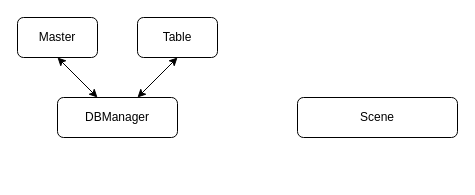
Earlier version of the draw.io diagram docs/名称未設定ファイル.drawio (kouheyHEY/Yomigaeri_nu). Source tidied: cells renumbered, new cells numbered last; positions are measured from the earlier drawing's top-left corner, leaving out a move shared by most shapes. Both pictures are drawn from the tidied source at 100%, with x=0, y=0 at pixel (17, 17).
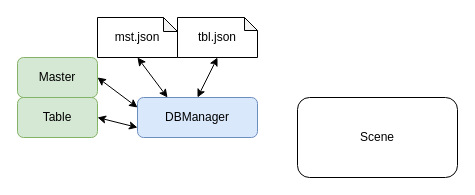
After the change.

Commit message (it also covers changes not shown here):
名称未設定ファイル.drawio を更新します

What changed in the source:
```diff
@@
 <mxGraphModel>
   <root>
     <mxCell id="0" />
     <mxCell id="1" parent="0" />
     <mxCell id="2" value="Scene" style="rounded=1;whiteSpace=wrap;html=1;" parent="1" vertex="1">
-      <mxGeometry x="280" y="80" width="160" height="40" as="geometry" />
+      <mxGeometry x="280" y="80" width="160" height="80" as="geometry" />
     </mxCell>
-    <mxCell id="3" value="DBManager" style="rounded=1;whiteSpace=wrap;html=1;" parent="1" vertex="1">
-      <mxGeometry x="40" y="80" width="120" height="40" as="geometry" />
+    <mxCell id="3" value="DBManager" style="rounded=1;whiteSpace=wrap;html=1;fillColor=#dae8fc;strokeColor=#6c8ebf;" parent="1" vertex="1">
+      <mxGeometry x="120" y="80" width="120" height="40" as="geometry" />
     </mxCell>
-    <mxCell id="4" value="Master" style="rounded=1;whiteSpace=wrap;html=1;" parent="1" vertex="1">
-      <mxGeometry width="80" height="40" as="geometry" />
+    <mxCell id="4" value="Master" style="rounded=1;whiteSpace=wrap;html=1;fillColor=#d5e8d4;strokeColor=#82b366;" parent="1" vertex="1">
+      <mxGeometry y="40" width="80" height="40" as="geometry" />
     </mxCell>
-    <mxCell id="5" value="Table" style="rounded=1;whiteSpace=wrap;html=1;" parent="1" vertex="1">
-      <mxGeometry x="120" width="80" height="40" as="geometry" />
+    <mxCell id="5" value="Table" style="rounded=1;whiteSpace=wrap;html=1;fillColor=#d5e8d4;strokeColor=#82b366;" parent="1" vertex="1">
+      <mxGeometry y="80" width="80" height="40" as="geometry" />
     </mxCell>
-    <mxCell id="6" style="endArrow=classic;startArrow=classic;html=1;rounded=0;entryX=0.5;entryY=1;entryDx=0;entryDy=0;" parent="1" edge="1" source="3" target="4">
-      <mxGeometry relative="1" as="geometry" />
+    <mxCell id="6" style="endArrow=classic;startArrow=classic;html=1;rounded=0;entryX=1;entryY=0.5;entryDx=0;entryDy=0;" parent="1" edge="1" target="4">
+      <mxGeometry relative="1" as="geometry">
+        <mxPoint x="120" y="90" as="sourcePoint" />
+      </mxGeometry>
     </mxCell>
-    <mxCell id="7" style="endArrow=classic;startArrow=classic;html=1;rounded=0;entryX=0.5;entryY=1;entryDx=0;entryDy=0;" parent="1" edge="1" source="3" target="5">
-      <mxGeometry relative="1" as="geometry" />
+    <mxCell id="7" style="endArrow=classic;startArrow=classic;html=1;rounded=0;entryX=1;entryY=0.5;entryDx=0;entryDy=0;" parent="1" edge="1" target="5">
+      <mxGeometry relative="1" as="geometry">
+        <mxPoint x="120" y="110" as="sourcePoint" />
+      </mxGeometry>
     </mxCell>
+    <mxCell id="8" value="mst.json" style="shape=note;whiteSpace=wrap;html=1;backgroundOutline=1;darkOpacity=0.05;size=14;" parent="1" vertex="1">
+      <mxGeometry x="80" width="80" height="40" as="geometry" />
+    </mxCell>
+    <mxCell id="9" value="tbl.json" style="shape=note;whiteSpace=wrap;html=1;backgroundOutline=1;darkOpacity=0.05;size=13;" parent="1" vertex="1">
+      <mxGeometry x="160" width="80" height="40" as="geometry" />
+    </mxCell>
+    <mxCell id="10" style="endArrow=classic;startArrow=classic;html=1;rounded=0;entryX=0.25;entryY=0;entryDx=0;entryDy=0;exitX=0.5;exitY=1;exitDx=0;exitDy=0;exitPerimeter=0;" parent="1" edge="1" source="8" target="3">
+      <mxGeometry relative="1" as="geometry" />
+    </mxCell>
+    <mxCell id="11" style="endArrow=classic;startArrow=classic;html=1;rounded=0;exitX=0.5;exitY=1;exitDx=0;exitDy=0;exitPerimeter=0;entryX=0.5;entryY=0;entryDx=0;entryDy=0;" parent="1" edge="1" source="9" target="3">
+      <mxGeometry relative="1" as="geometry" />
+    </mxCell>
   </root>
 </mxGraphModel>
```
